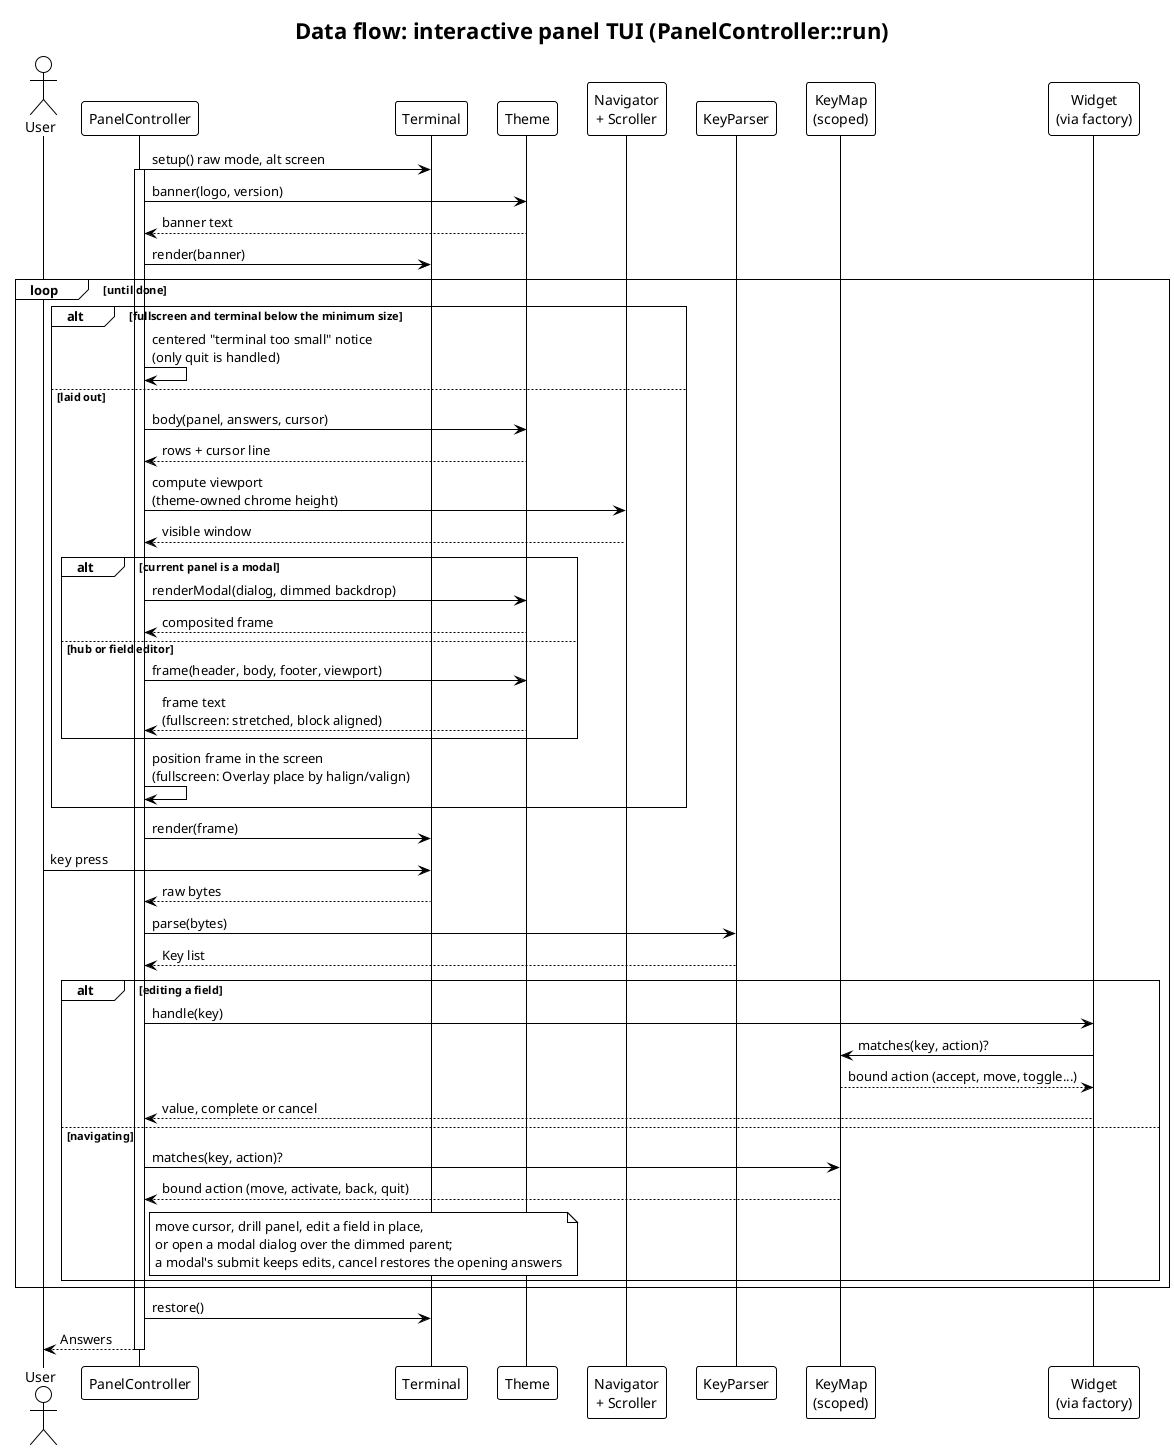
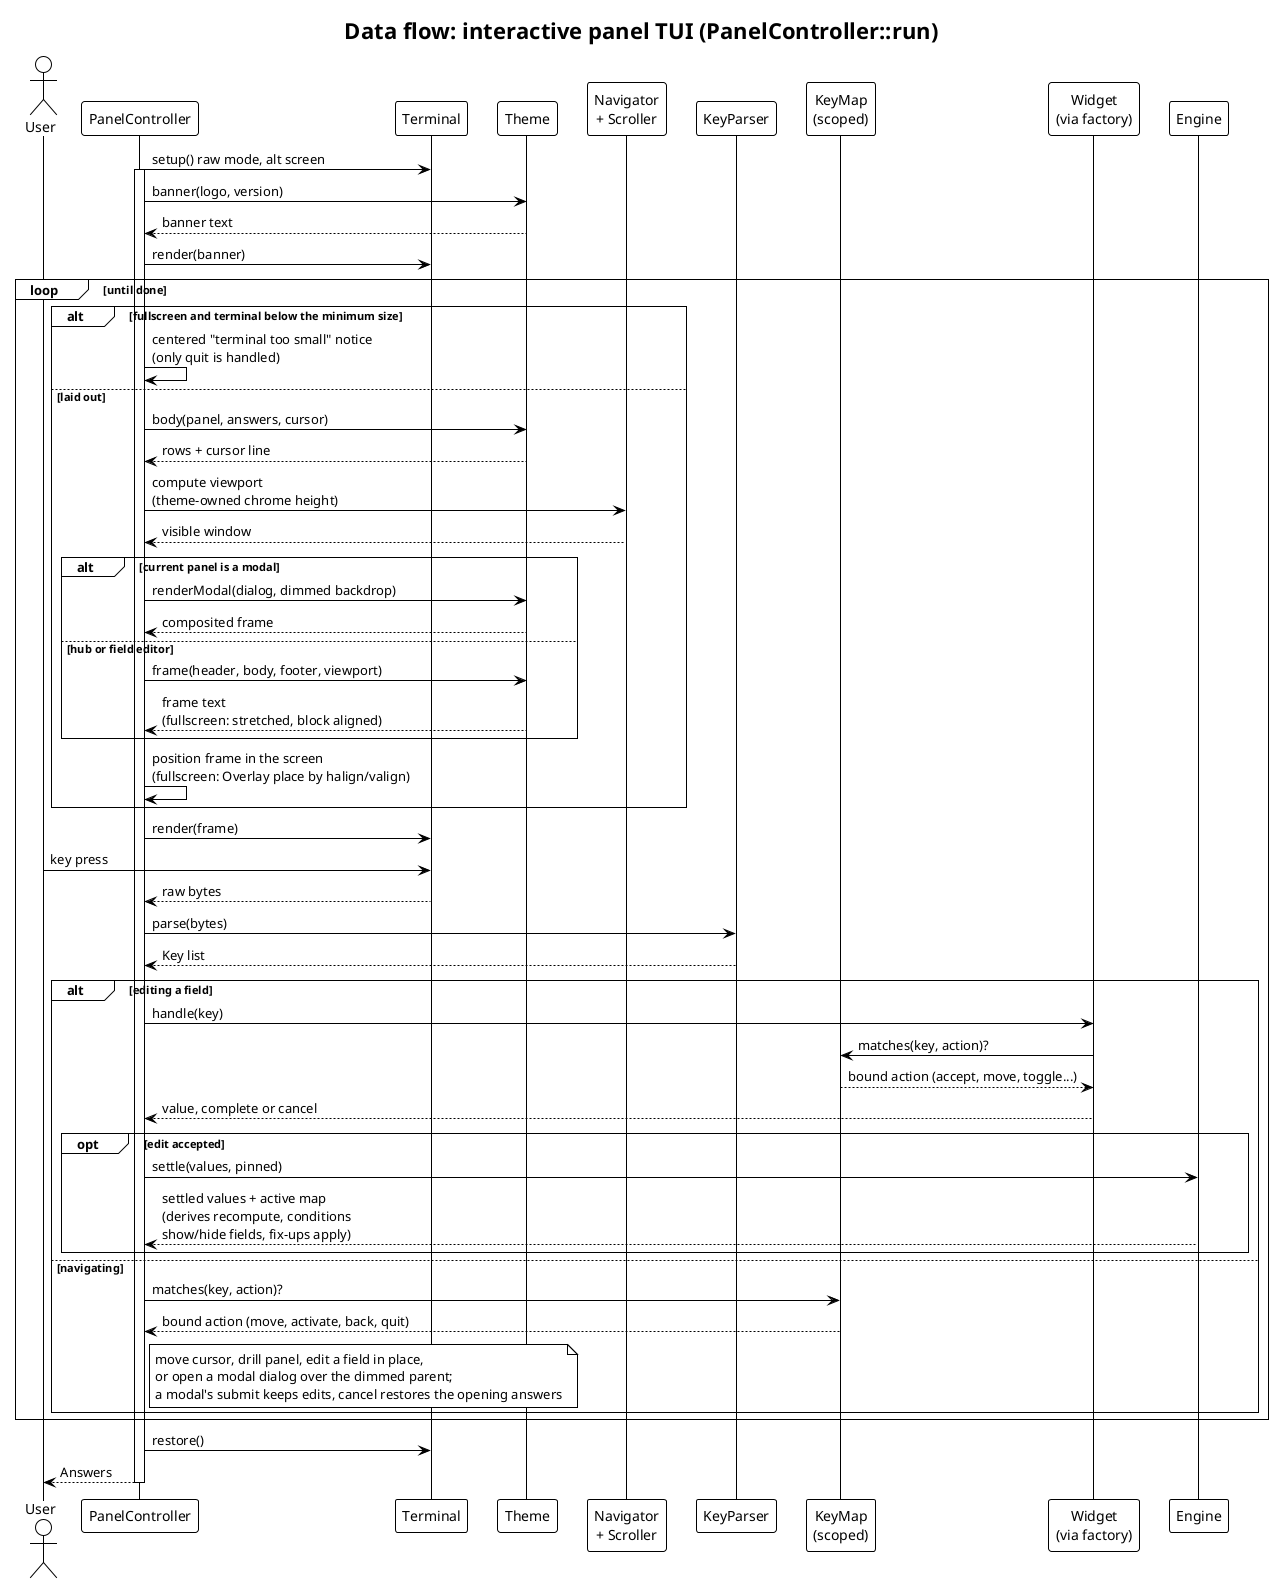
@startuml
' drevops/tui - data flow for the interactive panel TUI.
' Traced from src/Render/PanelController.php (run -> frame/handle), src/Theme/
- ' (frame, and renderModal composited via src/Render/Overlay) and src/Input/
- ' (KeyMap resolves a key press to a semantic action).
+ ' (frame, and renderModal composited via src/Render/Overlay), src/Input/
+ ' (KeyMap resolves a key press to a semantic action) and src/Engine/Engine.php
+ ' (settle re-runs derives, conditions and fix-ups after an accepted edit).
' Regenerate every SVG with:  plantuml -tsvg docs/architecture/*.puml
!theme plain
skinparam backgroundColor white
skinparam defaultFontName Helvetica
skinparam shadowing false
title Data flow: interactive panel TUI (PanelController::run)

actor "User" as User
participant "PanelController" as PC
participant "Terminal" as Term
participant "Theme" as Theme
participant "Navigator\n+ Scroller" as Nav
participant "KeyParser" as KP
participant "KeyMap\n(scoped)" as KM
participant "Widget\n(via factory)" as W
+ participant "Engine" as Eng

PC -> Term: setup() raw mode, alt screen
activate PC
PC -> Theme: banner(logo, version)
Theme --> PC: banner text
PC -> Term: render(banner)

loop until done
  alt fullscreen and terminal below the minimum size
    PC -> PC: centered "terminal too small" notice\n(only quit is handled)
  else laid out
    PC -> Theme: body(panel, answers, cursor)
    Theme --> PC: rows + cursor line
    PC -> Nav: compute viewport\n(theme-owned chrome height)
    Nav --> PC: visible window
    alt current panel is a modal
      PC -> Theme: renderModal(dialog, dimmed backdrop)
      Theme --> PC: composited frame
    else hub or field editor
      PC -> Theme: frame(header, body, footer, viewport)
      Theme --> PC: frame text\n(fullscreen: stretched, block aligned)
    end
    PC -> PC: position frame in the screen\n(fullscreen: Overlay place by halign/valign)
  end
  PC -> Term: render(frame)

  User -> Term: key press
  Term --> PC: raw bytes
  PC -> KP: parse(bytes)
  KP --> PC: Key list

  alt editing a field
    PC -> W: handle(key)
    W -> KM: matches(key, action)?
    KM --> W: bound action (accept, move, toggle...)
    W --> PC: value, complete or cancel
+     opt edit accepted
+       PC -> Eng: settle(values, pinned)
+       Eng --> PC: settled values + active map\n(derives recompute, conditions\nshow/hide fields, fix-ups apply)
+     end
  else navigating
    PC -> KM: matches(key, action)?
    KM --> PC: bound action (move, activate, back, quit)
    note right of PC: move cursor, drill panel, edit a field in place,\nor open a modal dialog over the dimmed parent;\na modal's submit keeps edits, cancel restores the opening answers
  end
end

PC -> Term: restore()
PC --> User: Answers
deactivate PC
@enduml
